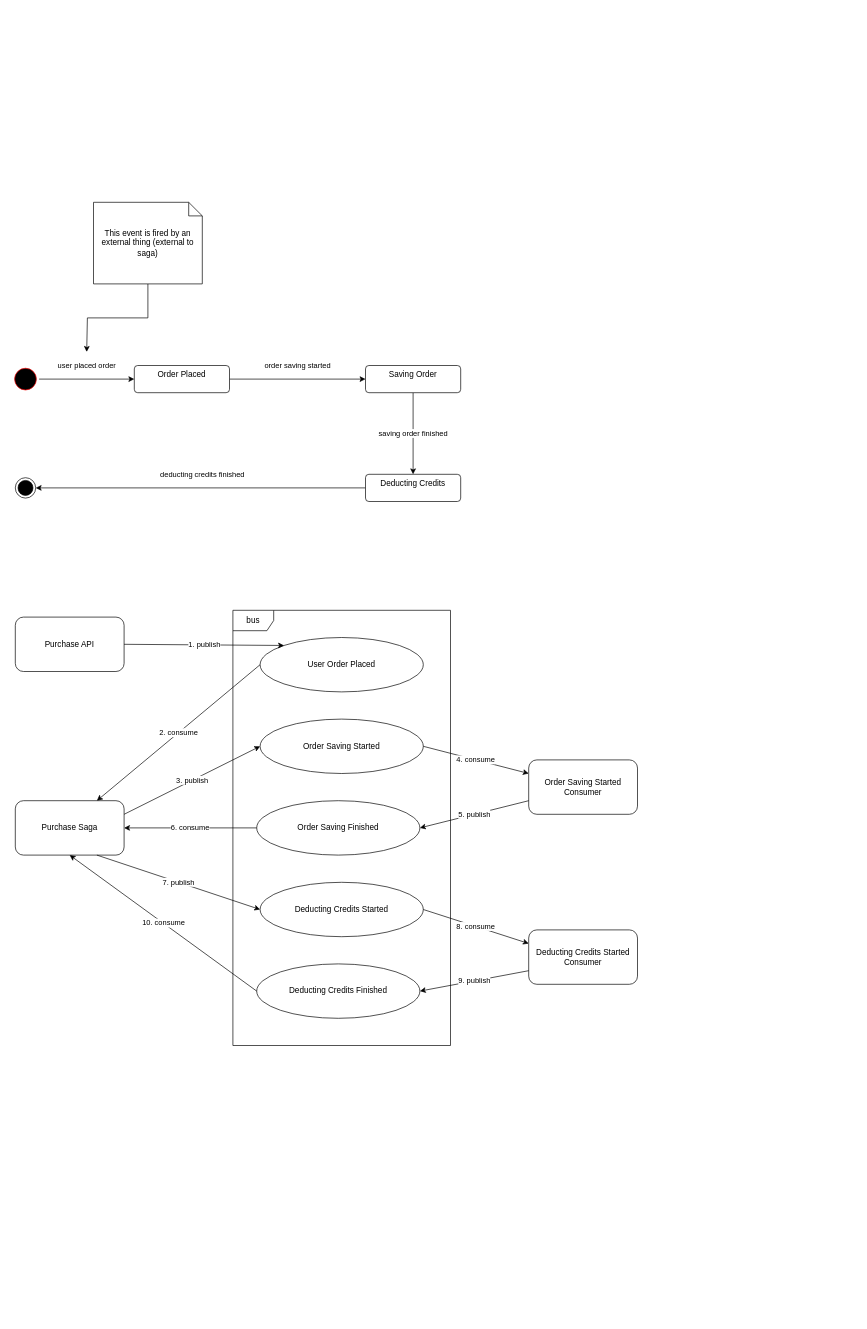
Before: diagrams/TrendingApp.drawio in LassazVegaz/BlazorShoppingApp, a draw.io diagram. Source tidied: cells renumbered, new cells numbered last; positions are measured from the earlier drawing's top-left corner, leaving out a move shared by most shapes. Both pictures are drawn from the tidied source at 68%, with x=0, y=0 at pixel (12, 202).
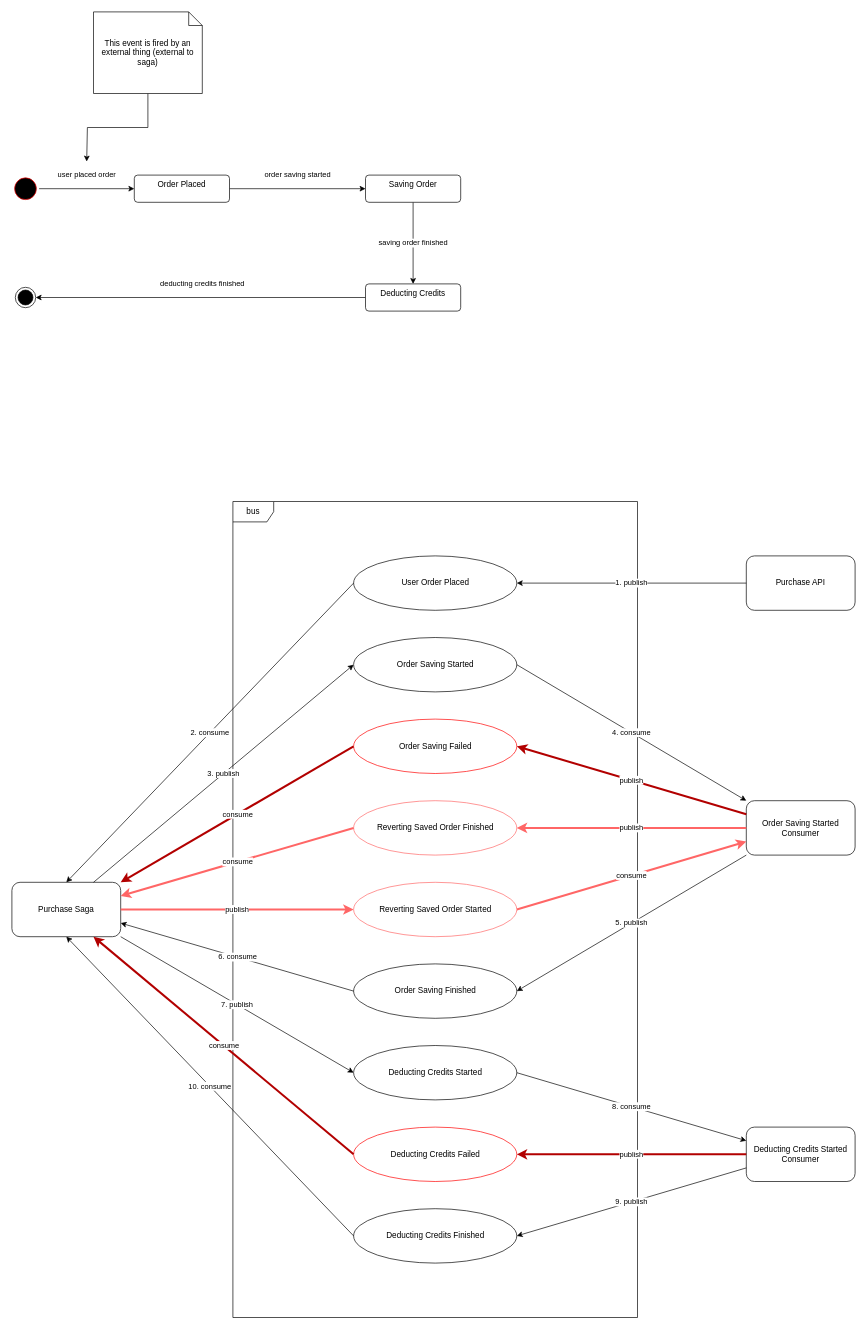
Above is the later version.

Diff of the diagram source:
```diff
@@
     <mxCell id="3" style="ellipse;html=1;shape=startState;fillColor=#000000;strokeColor=#ff0000;" parent="1" vertex="1">
-      <mxGeometry y="240" width="40" height="40" as="geometry" />
+      <mxGeometry y="-40" width="40" height="40" as="geometry" />
     </mxCell>
     <mxCell id="4" style="ellipse;html=1;shape=endState;fillColor=strokeColor;" parent="1" vertex="1">
-      <mxGeometry x="5" y="405" width="30" height="30" as="geometry" />
+      <mxGeometry x="5" y="125" width="30" height="30" as="geometry" />
     </mxCell>
@@
     <mxCell id="6" value="Order Placed" style="html=1;align=center;verticalAlign=top;rounded=1;absoluteArcSize=1;arcSize=10;dashed=0;whiteSpace=wrap;" parent="1" vertex="1">
-      <mxGeometry x="180" y="240" width="140" height="40" as="geometry" />
+      <mxGeometry x="180" y="-40" width="140" height="40" as="geometry" />
     </mxCell>
@@
     <mxCell id="8" value="Saving Order" style="html=1;align=center;verticalAlign=top;rounded=1;absoluteArcSize=1;arcSize=10;dashed=0;whiteSpace=wrap;" parent="1" vertex="1">
-      <mxGeometry x="520" y="240" width="140" height="40" as="geometry" />
+      <mxGeometry x="520" y="-40" width="140" height="40" as="geometry" />
     </mxCell>
@@
     <mxCell id="10" value="Deducting Credits" style="html=1;align=center;verticalAlign=top;rounded=1;absoluteArcSize=1;arcSize=10;dashed=0;whiteSpace=wrap;" parent="1" vertex="1">
-      <mxGeometry x="520" y="400" width="140" height="40" as="geometry" />
+      <mxGeometry x="520" y="120" width="140" height="40" as="geometry" />
     </mxCell>
     <mxCell id="11" value="Purchase Saga" style="rounded=1;whiteSpace=wrap;html=1;" parent="1" vertex="1">
-      <mxGeometry x="5" y="880" width="160" height="80" as="geometry" />
+      <mxGeometry y="1000" width="160" height="80" as="geometry" />
     </mxCell>
     <mxCell id="12" value="bus" style="shape=umlFrame;whiteSpace=wrap;html=1;" parent="1" vertex="1">
-      <mxGeometry x="325" y="600" width="320" height="640" as="geometry" />
+      <mxGeometry x="325" y="440" width="595" height="1200" as="geometry" />
     </mxCell>
     <mxCell id="13" value="User Order Placed" style="ellipse;whiteSpace=wrap;html=1;" parent="1" vertex="1">
-      <mxGeometry x="365" y="640" width="240" height="80" as="geometry" />
+      <mxGeometry x="502.5" y="520" width="240" height="80" as="geometry" />
     </mxCell>
-    <mxCell id="14" value="2. consume" style="endArrow=classic;html=1;rounded=0;entryX=0.75;entryY=0;entryDx=0;entryDy=0;exitX=0;exitY=0.5;exitDx=0;exitDy=0;" parent="1" edge="1" source="13" target="11">
+    <mxCell id="14" value="2. consume" style="endArrow=classic;html=1;rounded=0;entryX=0.5;entryY=0;entryDx=0;entryDy=0;exitX=0;exitY=0.5;exitDx=0;exitDy=0;" parent="1" edge="1" source="13" target="11">
       <mxGeometry relative="1" as="geometry" />
     </mxCell>
     <mxCell id="15" value="Purchase API" style="rounded=1;whiteSpace=wrap;html=1;" parent="1" vertex="1">
-      <mxGeometry x="5" y="610" width="160" height="80" as="geometry" />
+      <mxGeometry x="1080" y="520" width="160" height="80" as="geometry" />
     </mxCell>
-    <mxCell id="16" value="1. publish" style="endArrow=classic;html=1;rounded=0;entryX=0;entryY=0;entryDx=0;entryDy=0;exitX=1;exitY=0.5;exitDx=0;exitDy=0;" parent="1" edge="1" source="15" target="13">
+    <mxCell id="16" value="1. publish" style="endArrow=classic;html=1;rounded=0;entryX=1;entryY=0.5;entryDx=0;entryDy=0;exitX=0;exitY=0.5;exitDx=0;exitDy=0;" parent="1" edge="1" source="15" target="13">
       <mxGeometry relative="1" as="geometry" />
     </mxCell>
     <mxCell id="17" value="Order Saving Started" style="ellipse;whiteSpace=wrap;html=1;" parent="1" vertex="1">
-      <mxGeometry x="365" y="760" width="240" height="80" as="geometry" />
+      <mxGeometry x="502.5" y="640" width="240" height="80" as="geometry" />
     </mxCell>
-    <mxCell id="18" value="3. publish" style="endArrow=classic;html=1;rounded=0;entryX=0;entryY=0.5;entryDx=0;entryDy=0;exitX=1;exitY=0.25;exitDx=0;exitDy=0;" parent="1" edge="1" source="11" target="17">
+    <mxCell id="18" value="3. publish" style="endArrow=classic;html=1;rounded=0;entryX=0;entryY=0.5;entryDx=0;entryDy=0;exitX=0.75;exitY=0;exitDx=0;exitDy=0;" parent="1" edge="1" source="11" target="17">
       <mxGeometry relative="1" as="geometry" />
     </mxCell>
     <mxCell id="19" value="Order Saving Started Consumer" style="rounded=1;whiteSpace=wrap;html=1;" parent="1" vertex="1">
-      <mxGeometry x="760" y="820" width="160" height="80" as="geometry" />
+      <mxGeometry x="1080" y="880" width="160" height="80" as="geometry" />
     </mxCell>
-    <mxCell id="20" value="4. consume" style="endArrow=classic;html=1;rounded=0;entryX=0;entryY=0.25;entryDx=0;entryDy=0;exitX=1;exitY=0.5;exitDx=0;exitDy=0;" parent="1" edge="1" source="17" target="19">
+    <mxCell id="20" value="4. consume" style="endArrow=classic;html=1;rounded=0;entryX=0;entryY=0;entryDx=0;entryDy=0;exitX=1;exitY=0.5;exitDx=0;exitDy=0;" parent="1" edge="1" source="17" target="19">
       <mxGeometry relative="1" as="geometry" />
     </mxCell>
     <mxCell id="21" value="Order Saving Finished" style="ellipse;whiteSpace=wrap;html=1;" parent="1" vertex="1">
-      <mxGeometry x="360" y="880" width="240" height="80" as="geometry" />
+      <mxGeometry x="502.5" y="1120" width="240" height="80" as="geometry" />
     </mxCell>
-    <mxCell id="22" value="5. publish" style="endArrow=classic;html=1;rounded=0;entryX=1;entryY=0.5;entryDx=0;entryDy=0;exitX=0;exitY=0.75;exitDx=0;exitDy=0;" parent="1" edge="1" source="19" target="21">
+    <mxCell id="22" value="5. publish" style="endArrow=classic;html=1;rounded=0;entryX=1;entryY=0.5;entryDx=0;entryDy=0;exitX=0;exitY=1;exitDx=0;exitDy=0;" parent="1" edge="1" source="19" target="21">
       <mxGeometry relative="1" as="geometry" />
     </mxCell>
-    <mxCell id="23" value="6. consume" style="endArrow=classic;html=1;rounded=0;entryX=1;entryY=0.5;entryDx=0;entryDy=0;exitX=0;exitY=0.5;exitDx=0;exitDy=0;" parent="1" edge="1" source="21" target="11">
+    <mxCell id="23" value="6. consume" style="endArrow=classic;html=1;rounded=0;entryX=1;entryY=0.75;entryDx=0;entryDy=0;exitX=0;exitY=0.5;exitDx=0;exitDy=0;" parent="1" edge="1" source="21" target="11">
       <mxGeometry relative="1" as="geometry" />
     </mxCell>
     <mxCell id="24" value="Deducting Credits Started" style="ellipse;whiteSpace=wrap;html=1;" parent="1" vertex="1">
-      <mxGeometry x="365" y="1000" width="240" height="80" as="geometry" />
+      <mxGeometry x="502.5" y="1240" width="240" height="80" as="geometry" />
     </mxCell>
-    <mxCell id="25" value="7. publish" style="endArrow=classic;html=1;rounded=0;entryX=0;entryY=0.5;entryDx=0;entryDy=0;exitX=0.75;exitY=1;exitDx=0;exitDy=0;" parent="1" edge="1" source="11" target="24">
+    <mxCell id="25" value="7. publish" style="endArrow=classic;html=1;rounded=0;entryX=0;entryY=0.5;entryDx=0;entryDy=0;exitX=1;exitY=1;exitDx=0;exitDy=0;" parent="1" edge="1" source="11" target="24">
       <mxGeometry relative="1" as="geometry" />
     </mxCell>
     <mxCell id="26" value="Deducting Credits Started Consumer" style="rounded=1;whiteSpace=wrap;html=1;" parent="1" vertex="1">
-      <mxGeometry x="760" y="1070" width="160" height="80" as="geometry" />
+      <mxGeometry x="1080" y="1360" width="160" height="80" as="geometry" />
     </mxCell>
@@
     <mxCell id="28" value="Deducting Credits Finished" style="ellipse;whiteSpace=wrap;html=1;" parent="1" vertex="1">
-      <mxGeometry x="360" y="1120" width="240" height="80" as="geometry" />
+      <mxGeometry x="502.5" y="1480" width="240" height="80" as="geometry" />
     </mxCell>
@@
     <mxCell id="31" style="edgeStyle=orthogonalEdgeStyle;rounded=0;jettySize=auto;html=1;" parent="1" edge="1" source="32">
       <mxGeometry relative="1" as="geometry">
-        <mxPoint x="110" y="220" as="targetPoint" />
+        <mxPoint x="110" y="-60" as="targetPoint" />
         <Array as="points">
-          <mxPoint x="200" y="170" />
-          <mxPoint x="111" y="170" />
-          <mxPoint x="111" y="220" />
+          <mxPoint x="200" y="-110" />
+          <mxPoint x="111" y="-110" />
+          <mxPoint x="111" y="-60" />
         </Array>
       </mxGeometry>
     </mxCell>
     <mxCell id="32" value="This event is fired by an external thing (external to saga)" style="shape=note;size=20;whiteSpace=wrap;html=1;" parent="1" vertex="1">
-      <mxGeometry x="120" width="160" height="120" as="geometry" />
+      <mxGeometry x="120" y="-280" width="160" height="120" as="geometry" />
     </mxCell>
+    <mxCell id="33" value="Order Saving Failed" style="ellipse;whiteSpace=wrap;html=1;strokeColor=#FF0000;" parent="1" vertex="1">
+      <mxGeometry x="502.5" y="760" width="240" height="80" as="geometry" />
+    </mxCell>
+    <mxCell id="34" value="publish" style="endArrow=classic;html=1;rounded=0;entryX=1;entryY=0.5;entryDx=0;entryDy=0;exitX=0;exitY=0.25;exitDx=0;exitDy=0;fillColor=#e51400;strokeColor=#B20000;strokeWidth=3;" parent="1" edge="1" source="19" target="33">
+      <mxGeometry relative="1" as="geometry" />
+    </mxCell>
+    <mxCell id="35" value="consume" style="endArrow=classic;html=1;rounded=0;entryX=1;entryY=0;entryDx=0;entryDy=0;exitX=0;exitY=0.5;exitDx=0;exitDy=0;fillColor=#e51400;strokeColor=#B20000;strokeWidth=3;" parent="1" edge="1" source="33" target="11">
+      <mxGeometry relative="1" as="geometry" />
+    </mxCell>
+    <mxCell id="36" value="Deducting Credits Failed" style="ellipse;whiteSpace=wrap;html=1;strokeColor=#FF0000;" parent="1" vertex="1">
+      <mxGeometry x="502.5" y="1360" width="240" height="80" as="geometry" />
+    </mxCell>
+    <mxCell id="37" value="publish" style="endArrow=classic;html=1;rounded=0;entryX=1;entryY=0.5;entryDx=0;entryDy=0;exitX=0;exitY=0.5;exitDx=0;exitDy=0;fillColor=#e51400;strokeColor=#B20000;strokeWidth=3;" parent="1" edge="1" source="26" target="36">
+      <mxGeometry relative="1" as="geometry" />
+    </mxCell>
+    <mxCell id="38" value="consume" style="endArrow=classic;html=1;rounded=0;entryX=0.75;entryY=1;entryDx=0;entryDy=0;exitX=0;exitY=0.5;exitDx=0;exitDy=0;fillColor=#e51400;strokeColor=#B20000;strokeWidth=3;" parent="1" edge="1" source="36" target="11">
+      <mxGeometry relative="1" as="geometry" />
+    </mxCell>
+    <mxCell id="39" value="Reverting Saved Order Finished" style="ellipse;whiteSpace=wrap;html=1;strokeColor=#FF6666;" parent="1" vertex="1">
+      <mxGeometry x="502.5" y="880" width="240" height="80" as="geometry" />
+    </mxCell>
+    <mxCell id="40" value="publish" style="endArrow=classic;html=1;rounded=0;entryX=0;entryY=0.5;entryDx=0;entryDy=0;exitX=1;exitY=0.5;exitDx=0;exitDy=0;fillColor=#e51400;strokeColor=#FF6666;strokeWidth=3;" parent="1" edge="1" source="11" target="42">
+      <mxGeometry relative="1" as="geometry" />
+    </mxCell>
+    <mxCell id="41" value="consume" style="endArrow=classic;html=1;rounded=0;exitX=1;exitY=0.5;exitDx=0;exitDy=0;fillColor=#e51400;strokeColor=#FF6666;strokeWidth=3;entryX=0;entryY=0.75;entryDx=0;entryDy=0;" parent="1" edge="1" source="42" target="19">
+      <mxGeometry relative="1" as="geometry" />
+    </mxCell>
+    <mxCell id="42" value="Reverting Saved Order Started" style="ellipse;whiteSpace=wrap;html=1;strokeColor=#FF6666;" parent="1" vertex="1">
+      <mxGeometry x="502.5" y="1000" width="240" height="80" as="geometry" />
+    </mxCell>
+    <mxCell id="43" value="publish" style="endArrow=classic;html=1;rounded=0;entryX=1;entryY=0.5;entryDx=0;entryDy=0;fillColor=#e51400;strokeColor=#FF6666;strokeWidth=3;exitX=0;exitY=0.5;exitDx=0;exitDy=0;" parent="1" edge="1" source="19" target="39">
+      <mxGeometry relative="1" as="geometry" />
+    </mxCell>
+    <mxCell id="44" value="consume" style="endArrow=classic;html=1;rounded=0;exitX=0;exitY=0.5;exitDx=0;exitDy=0;fillColor=#e51400;strokeColor=#FF6666;strokeWidth=3;entryX=1;entryY=0.25;entryDx=0;entryDy=0;" parent="1" edge="1" source="39" target="11">
+      <mxGeometry relative="1" as="geometry" />
+    </mxCell>
```
